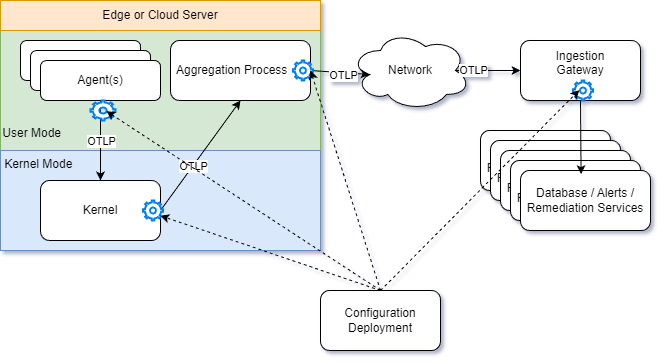
Above: docs/orig_media/Architecture.Boxes.Full.DynamicTelemetry.drawio.png in microsoft/DynamicTelemetry (draw.io), before the change. Source tidied: cells renumbered, new cells last; positions are measured from the earlier drawing's top-left corner, leaving out a move shared by most shapes.
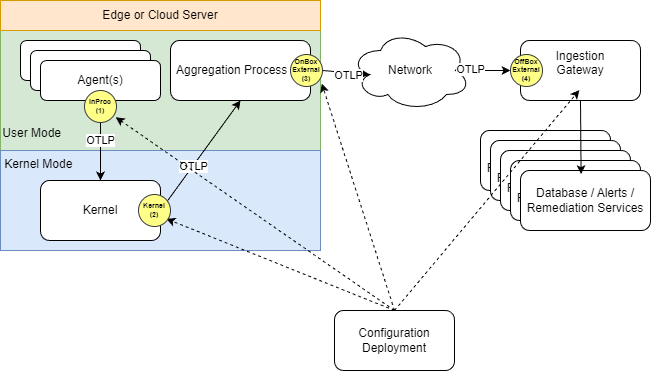
Above is the later version.

Diff of the diagram source:
```diff
@@ -1,65 +1,65 @@
 <mxGraphModel>
   <root>
-    <mxCell id="0" />
-    <mxCell id="1" parent="0" />
+    <mxCell id="38" />
+    <mxCell id="39" parent="38" />
-    <mxCell id="2" value="&lt;div&gt;&lt;span style=&quot;background-color: transparent; color: light-dark(rgb(0, 0, 0), rgb(255, 255, 255));&quot;&gt;&lt;br&gt;&lt;/span&gt;&lt;/div&gt;&lt;div&gt;&lt;span style=&quot;background-color: transparent; color: light-dark(rgb(0, 0, 0), rgb(255, 255, 255));&quot;&gt;&lt;br&gt;&lt;/span&gt;&lt;/div&gt;&lt;div&gt;&lt;span style=&quot;background-color: transparent; color: light-dark(rgb(0, 0, 0), rgb(255, 255, 255));&quot;&gt;&lt;br&gt;&lt;/span&gt;&lt;/div&gt;&lt;div&gt;&lt;span style=&quot;background-color: transparent; color: light-dark(rgb(0, 0, 0), rgb(255, 255, 255));&quot;&gt;&lt;br&gt;&lt;/span&gt;&lt;/div&gt;&lt;div&gt;&lt;span style=&quot;background-color: transparent; color: light-dark(rgb(0, 0, 0), rgb(255, 255, 255));&quot;&gt;&lt;br&gt;&lt;/span&gt;&lt;/div&gt;&lt;div&gt;&lt;span style=&quot;background-color: transparent; color: light-dark(rgb(0, 0, 0), rgb(255, 255, 255));&quot;&gt;&lt;br&gt;&lt;/span&gt;&lt;/div&gt;&lt;div&gt;&lt;span style=&quot;background-color: transparent; color: light-dark(rgb(0, 0, 0), rgb(255, 255, 255));&quot;&gt;&lt;br&gt;&lt;/span&gt;&lt;/div&gt;&lt;div&gt;&lt;span style=&quot;background-color: transparent; color: light-dark(rgb(0, 0, 0), rgb(255, 255, 255));&quot;&gt;&lt;br&gt;&lt;/span&gt;&lt;/div&gt;&lt;div&gt;&lt;span style=&quot;background-color: transparent; color: light-dark(rgb(0, 0, 0), rgb(255, 255, 255));&quot;&gt;User Mode&amp;nbsp; &amp;nbsp; &amp;nbsp; &amp;nbsp; &amp;nbsp; &amp;nbsp; &amp;nbsp; &amp;nbsp; &amp;nbsp; &amp;nbsp; &amp;nbsp; &amp;nbsp; &amp;nbsp; &amp;nbsp; &amp;nbsp; &amp;nbsp; &amp;nbsp; &amp;nbsp; &amp;nbsp; &amp;nbsp; &amp;nbsp; &amp;nbsp; &amp;nbsp; &amp;nbsp; &amp;nbsp; &amp;nbsp; &amp;nbsp; &amp;nbsp; &amp;nbsp; &amp;nbsp; &amp;nbsp; &amp;nbsp; &amp;nbsp; &amp;nbsp; &amp;nbsp; &amp;nbsp; &amp;nbsp; &amp;nbsp; &amp;nbsp; &amp;nbsp; &amp;nbsp;&lt;/span&gt;&lt;br&gt;&lt;/div&gt;&lt;div&gt;&lt;br&gt;&lt;/div&gt;" style="rounded=0;whiteSpace=wrap;html=1;fillColor=#d5e8d4;strokeColor=#82b366;" parent="1" vertex="1">
+    <mxCell id="2" value="&lt;div&gt;&lt;span style=&quot;background-color: transparent; color: light-dark(rgb(0, 0, 0), rgb(255, 255, 255));&quot;&gt;&lt;br&gt;&lt;/span&gt;&lt;/div&gt;&lt;div&gt;&lt;span style=&quot;background-color: transparent; color: light-dark(rgb(0, 0, 0), rgb(255, 255, 255));&quot;&gt;&lt;br&gt;&lt;/span&gt;&lt;/div&gt;&lt;div&gt;&lt;span style=&quot;background-color: transparent; color: light-dark(rgb(0, 0, 0), rgb(255, 255, 255));&quot;&gt;&lt;br&gt;&lt;/span&gt;&lt;/div&gt;&lt;div&gt;&lt;span style=&quot;background-color: transparent; color: light-dark(rgb(0, 0, 0), rgb(255, 255, 255));&quot;&gt;&lt;br&gt;&lt;/span&gt;&lt;/div&gt;&lt;div&gt;&lt;span style=&quot;background-color: transparent; color: light-dark(rgb(0, 0, 0), rgb(255, 255, 255));&quot;&gt;&lt;br&gt;&lt;/span&gt;&lt;/div&gt;&lt;div&gt;&lt;span style=&quot;background-color: transparent; color: light-dark(rgb(0, 0, 0), rgb(255, 255, 255));&quot;&gt;&lt;br&gt;&lt;/span&gt;&lt;/div&gt;&lt;div&gt;&lt;span style=&quot;background-color: transparent; color: light-dark(rgb(0, 0, 0), rgb(255, 255, 255));&quot;&gt;&lt;br&gt;&lt;/span&gt;&lt;/div&gt;&lt;div&gt;&lt;span style=&quot;background-color: transparent; color: light-dark(rgb(0, 0, 0), rgb(255, 255, 255));&quot;&gt;&lt;br&gt;&lt;/span&gt;&lt;/div&gt;&lt;div&gt;&lt;span style=&quot;background-color: transparent; color: light-dark(rgb(0, 0, 0), rgb(255, 255, 255));&quot;&gt;User Mode&amp;nbsp; &amp;nbsp; &amp;nbsp; &amp;nbsp; &amp;nbsp; &amp;nbsp; &amp;nbsp; &amp;nbsp; &amp;nbsp; &amp;nbsp; &amp;nbsp; &amp;nbsp; &amp;nbsp; &amp;nbsp; &amp;nbsp; &amp;nbsp; &amp;nbsp; &amp;nbsp; &amp;nbsp; &amp;nbsp; &amp;nbsp; &amp;nbsp; &amp;nbsp; &amp;nbsp; &amp;nbsp; &amp;nbsp; &amp;nbsp; &amp;nbsp; &amp;nbsp; &amp;nbsp; &amp;nbsp; &amp;nbsp; &amp;nbsp; &amp;nbsp; &amp;nbsp; &amp;nbsp; &amp;nbsp; &amp;nbsp; &amp;nbsp; &amp;nbsp; &amp;nbsp;&lt;/span&gt;&lt;br&gt;&lt;/div&gt;&lt;div&gt;&lt;br&gt;&lt;/div&gt;" style="rounded=0;whiteSpace=wrap;html=1;fillColor=#d5e8d4;strokeColor=#82b366;" parent="39" vertex="1">
       <mxGeometry y="30" width="320" height="120" as="geometry" />
     </mxCell>
-    <mxCell id="3" value="&lt;div&gt;&lt;span style=&quot;background-color: transparent; color: light-dark(rgb(0, 0, 0), rgb(255, 255, 255));&quot;&gt;Kernel Mode&amp;nbsp; &amp;nbsp; &amp;nbsp; &amp;nbsp; &amp;nbsp; &amp;nbsp; &amp;nbsp; &amp;nbsp; &amp;nbsp; &amp;nbsp; &amp;nbsp; &amp;nbsp; &amp;nbsp; &amp;nbsp; &amp;nbsp; &amp;nbsp; &amp;nbsp; &amp;nbsp; &amp;nbsp; &amp;nbsp; &amp;nbsp; &amp;nbsp; &amp;nbsp; &amp;nbsp; &amp;nbsp; &amp;nbsp; &amp;nbsp; &amp;nbsp; &amp;nbsp; &amp;nbsp; &amp;nbsp; &amp;nbsp; &amp;nbsp; &amp;nbsp; &amp;nbsp; &amp;nbsp; &amp;nbsp; &amp;nbsp; &amp;nbsp; &amp;nbsp; &amp;nbsp;&lt;/span&gt;&lt;/div&gt;&lt;div&gt;&lt;span style=&quot;background-color: transparent; color: light-dark(rgb(0, 0, 0), rgb(255, 255, 255));&quot;&gt;&lt;br&gt;&lt;/span&gt;&lt;/div&gt;&lt;div&gt;&lt;span style=&quot;background-color: transparent; color: light-dark(rgb(0, 0, 0), rgb(255, 255, 255));&quot;&gt;&lt;br&gt;&lt;/span&gt;&lt;/div&gt;&lt;div&gt;&lt;span style=&quot;background-color: transparent; color: light-dark(rgb(0, 0, 0), rgb(255, 255, 255));&quot;&gt;&lt;br&gt;&lt;/span&gt;&lt;/div&gt;&lt;div&gt;&lt;span style=&quot;background-color: transparent; color: light-dark(rgb(0, 0, 0), rgb(255, 255, 255));&quot;&gt;&lt;br&gt;&lt;/span&gt;&lt;/div&gt;" style="rounded=0;whiteSpace=wrap;html=1;fillColor=#dae8fc;strokeColor=#6c8ebf;" parent="1" vertex="1">
+    <mxCell id="3" value="&lt;div&gt;&lt;span style=&quot;background-color: transparent; color: light-dark(rgb(0, 0, 0), rgb(255, 255, 255));&quot;&gt;Kernel Mode&amp;nbsp; &amp;nbsp; &amp;nbsp; &amp;nbsp; &amp;nbsp; &amp;nbsp; &amp;nbsp; &amp;nbsp; &amp;nbsp; &amp;nbsp; &amp;nbsp; &amp;nbsp; &amp;nbsp; &amp;nbsp; &amp;nbsp; &amp;nbsp; &amp;nbsp; &amp;nbsp; &amp;nbsp; &amp;nbsp; &amp;nbsp; &amp;nbsp; &amp;nbsp; &amp;nbsp; &amp;nbsp; &amp;nbsp; &amp;nbsp; &amp;nbsp; &amp;nbsp; &amp;nbsp; &amp;nbsp; &amp;nbsp; &amp;nbsp; &amp;nbsp; &amp;nbsp; &amp;nbsp; &amp;nbsp; &amp;nbsp; &amp;nbsp; &amp;nbsp; &amp;nbsp;&lt;/span&gt;&lt;/div&gt;&lt;div&gt;&lt;span style=&quot;background-color: transparent; color: light-dark(rgb(0, 0, 0), rgb(255, 255, 255));&quot;&gt;&lt;br&gt;&lt;/span&gt;&lt;/div&gt;&lt;div&gt;&lt;span style=&quot;background-color: transparent; color: light-dark(rgb(0, 0, 0), rgb(255, 255, 255));&quot;&gt;&lt;br&gt;&lt;/span&gt;&lt;/div&gt;&lt;div&gt;&lt;span style=&quot;background-color: transparent; color: light-dark(rgb(0, 0, 0), rgb(255, 255, 255));&quot;&gt;&lt;br&gt;&lt;/span&gt;&lt;/div&gt;&lt;div&gt;&lt;span style=&quot;background-color: transparent; color: light-dark(rgb(0, 0, 0), rgb(255, 255, 255));&quot;&gt;&lt;br&gt;&lt;/span&gt;&lt;/div&gt;" style="rounded=0;whiteSpace=wrap;html=1;fillColor=#dae8fc;strokeColor=#6c8ebf;" parent="39" vertex="1">
       <mxGeometry y="150" width="320" height="100" as="geometry" />
     </mxCell>
-    <mxCell id="4" value="Kernel" style="rounded=1;whiteSpace=wrap;html=1;" parent="1" vertex="1">
+    <mxCell id="4" value="Kernel" style="rounded=1;whiteSpace=wrap;html=1;" parent="39" vertex="1">
       <mxGeometry x="40" y="180" width="120" height="60" as="geometry" />
     </mxCell>
-    <mxCell id="5" value="Aggregation Process&amp;nbsp; &amp;nbsp; &amp;nbsp;" style="rounded=1;whiteSpace=wrap;html=1;" parent="1" vertex="1">
+    <mxCell id="5" value="Aggregation Process&amp;nbsp; &amp;nbsp; &amp;nbsp;" style="rounded=1;whiteSpace=wrap;html=1;" parent="39" vertex="1">
       <mxGeometry x="170" y="40" width="140" height="60" as="geometry" />
     </mxCell>
-    <mxCell id="6" style="endArrow=classic;html=1;rounded=0;exitX=1;exitY=0.5;exitDx=0;exitDy=0;entryX=0.5;entryY=1;entryDx=0;entryDy=0;" parent="1" edge="1" source="4" target="5">
+    <mxCell id="6" style="endArrow=classic;html=1;rounded=0;exitX=1;exitY=0.5;exitDx=0;exitDy=0;entryX=0.5;entryY=1;entryDx=0;entryDy=0;" parent="39" edge="1" source="4" target="5">
       <mxGeometry relative="1" as="geometry" />
     </mxCell>
-    <mxCell id="7" value="OTLP" style="edgeLabel;html=1;align=center;verticalAlign=middle;" parent="6" vertex="1">
-      <mxGeometry x="-0.19" relative="1" as="geometry" />
-    </mxCell>
+    <mxCell id="40" value="OTLP" style="edgeLabel;html=1;align=center;verticalAlign=middle;" parent="6" vertex="1">
+      <mxGeometry x="-0.19" relative="1" as="geometry" />
+    </mxCell>
-    <mxCell id="8" style="endArrow=classic;html=1;rounded=0;exitX=0.5;exitY=1;exitDx=0;exitDy=0;entryX=0.5;entryY=0;entryDx=0;entryDy=0;" parent="1" edge="1" source="20" target="4">
+    <mxCell id="8" style="endArrow=classic;html=1;rounded=0;exitX=0.5;exitY=1;exitDx=0;exitDy=0;entryX=0.5;entryY=0;entryDx=0;entryDy=0;" parent="39" edge="1" source="20" target="4">
       <mxGeometry relative="1" as="geometry" />
     </mxCell>
-    <mxCell id="9" value="OTLP" style="edgeLabel;html=1;align=center;verticalAlign=middle;" parent="8" vertex="1">
-      <mxGeometry relative="1" as="geometry" />
-    </mxCell>
+    <mxCell id="41" value="OTLP" style="edgeLabel;html=1;align=center;verticalAlign=middle;" parent="8" vertex="1">
+      <mxGeometry relative="1" as="geometry" />
+    </mxCell>
-    <mxCell id="10" value="Network" style="ellipse;shape=cloud;whiteSpace=wrap;html=1;" parent="1" vertex="1">
+    <mxCell id="10" value="Network" style="ellipse;shape=cloud;whiteSpace=wrap;html=1;" parent="39" vertex="1">
       <mxGeometry x="350" y="30" width="120" height="80" as="geometry" />
     </mxCell>
-    <mxCell id="11" style="endArrow=classic;html=1;rounded=0;entryX=0.16;entryY=0.55;entryDx=0;entryDy=0;entryPerimeter=0;exitX=1;exitY=0.5;exitDx=0;exitDy=0;" parent="1" edge="1" source="5" target="10">
-      <mxGeometry relative="1" as="geometry" />
-    </mxCell>
-    <mxCell id="12" value="OTLP" style="edgeLabel;html=1;align=center;verticalAlign=middle;" parent="11" vertex="1">
-      <mxGeometry x="0.08" y="-2" relative="1" as="geometry" />
-    </mxCell>
-    <mxCell id="13" style="endArrow=classic;html=1;rounded=0;exitX=0.875;exitY=0.5;exitDx=0;exitDy=0;exitPerimeter=0;entryX=0;entryY=0.5;entryDx=0;entryDy=0;" parent="1" edge="1" source="10" target="15">
-      <mxGeometry relative="1" as="geometry" />
-    </mxCell>
-    <mxCell id="14" value="OTLP" style="edgeLabel;html=1;align=center;verticalAlign=middle;" parent="13" vertex="1">
-      <mxGeometry x="-0.45" y="1" relative="1" as="geometry" />
-    </mxCell>
+    <mxCell id="42" style="endArrow=classic;html=1;rounded=0;entryX=0.16;entryY=0.55;entryDx=0;entryDy=0;entryPerimeter=0;exitX=1;exitY=0.5;exitDx=0;exitDy=0;" parent="39" edge="1" source="55" target="10">
+      <mxGeometry relative="1" as="geometry" />
+    </mxCell>
+    <mxCell id="43" value="OTLP" style="edgeLabel;html=1;align=center;verticalAlign=middle;" parent="42" vertex="1">
+      <mxGeometry x="0.08" y="-2" relative="1" as="geometry" />
+    </mxCell>
+    <mxCell id="44" style="endArrow=classic;html=1;rounded=0;exitX=0.875;exitY=0.5;exitDx=0;exitDy=0;exitPerimeter=0;entryX=0;entryY=0.5;entryDx=0;entryDy=0;" parent="39" edge="1" source="58" target="15">
+      <mxGeometry relative="1" as="geometry" />
+    </mxCell>
-    <mxCell id="15" value="Ingestion&lt;div&gt;Gateway&lt;/div&gt;&lt;div&gt;&lt;br&gt;&lt;/div&gt;" style="rounded=1;whiteSpace=wrap;html=1;" parent="1" vertex="1">
+    <mxCell id="15" value="Ingestion&lt;div&gt;Gateway&lt;/div&gt;&lt;div&gt;&lt;br&gt;&lt;/div&gt;" style="rounded=1;whiteSpace=wrap;html=1;" parent="39" vertex="1">
       <mxGeometry x="520" y="40" width="120" height="60" as="geometry" />
     </mxCell>
-    <mxCell id="16" value="Edge or Cloud Server" style="rounded=0;whiteSpace=wrap;html=1;fillColor=#ffe6cc;strokeColor=#d79b00;" parent="1" vertex="1">
+    <mxCell id="16" value="Edge or Cloud Server" style="rounded=0;whiteSpace=wrap;html=1;fillColor=#ffe6cc;strokeColor=#d79b00;" parent="39" vertex="1">
       <mxGeometry width="320" height="30" as="geometry" />
     </mxCell>
-    <mxCell id="17" style="group;" parent="1" vertex="1">
-      <mxGeometry x="20" y="40" width="140" height="60" as="geometry" />
-    </mxCell>
+    <mxCell id="45" style="group;" parent="39" vertex="1">
+      <mxGeometry x="20" y="40" width="140" height="82" as="geometry" />
+    </mxCell>
-    <mxCell id="18" value="Agent" style="rounded=1;whiteSpace=wrap;html=1;fontSize=12;glass=0;strokeWidth=1;shadow=0;" parent="17" vertex="1">
+    <mxCell id="18" value="Agent" style="rounded=1;whiteSpace=wrap;html=1;fontSize=12;glass=0;strokeWidth=1;shadow=0;" parent="45" vertex="1">
       <mxGeometry width="120" height="40" as="geometry" />
     </mxCell>
-    <mxCell id="19" value="Agent" style="rounded=1;whiteSpace=wrap;html=1;fontSize=12;glass=0;strokeWidth=1;shadow=0;" parent="17" vertex="1">
+    <mxCell id="19" value="Agent" style="rounded=1;whiteSpace=wrap;html=1;fontSize=12;glass=0;strokeWidth=1;shadow=0;" parent="45" vertex="1">
       <mxGeometry x="10" y="10" width="120" height="40" as="geometry" />
     </mxCell>
-    <mxCell id="20" value="Agent(s)" style="rounded=1;whiteSpace=wrap;html=1;fontSize=12;glass=0;strokeWidth=1;shadow=0;" parent="17" vertex="1">
+    <mxCell id="20" value="Agent(s)" style="rounded=1;whiteSpace=wrap;html=1;fontSize=12;glass=0;strokeWidth=1;shadow=0;" parent="45" vertex="1">
       <mxGeometry x="20" y="20" width="120" height="40" as="geometry" />
     </mxCell>
+    <mxCell id="46" value="InProc&lt;div&gt;(1)&lt;/div&gt;" style="ellipse;whiteSpace=wrap;html=1;fontSize=7;labelBackgroundColor=none;fillColor=#ffff88;strokeColor=#36393d;fontStyle=1;" parent="45" vertex="1">
+      <mxGeometry x="64" y="50" width="32" height="32" as="geometry" />
+    </mxCell>
-    <mxCell id="21" style="group;" parent="1" vertex="1">
+    <mxCell id="21" style="group;" parent="39" vertex="1">
       <mxGeometry x="480" y="130" width="170" height="100" as="geometry" />
     </mxCell>
     <mxCell id="22" value="Database / Alerts / Remediation Services" style="rounded=1;whiteSpace=wrap;html=1;" parent="21" vertex="1">
@@ -77,38 +77,51 @@
     <mxCell id="26" value="Database / Alerts / Remediation Services" style="rounded=1;whiteSpace=wrap;html=1;" parent="21" vertex="1">
       <mxGeometry x="40" y="40" width="130" height="60" as="geometry" />
     </mxCell>
-    <mxCell id="27" style="endArrow=classic;html=1;rounded=0;exitX=0.5;exitY=1;exitDx=0;exitDy=0;entryX=0.466;entryY=0.061;entryDx=0;entryDy=0;entryPerimeter=0;" parent="1" edge="1" source="15" target="26">
+    <mxCell id="27" style="endArrow=classic;html=1;rounded=0;exitX=0.5;exitY=1;exitDx=0;exitDy=0;entryX=0.466;entryY=0.061;entryDx=0;entryDy=0;entryPerimeter=0;" parent="39" edge="1" source="15" target="26">
       <mxGeometry relative="1" as="geometry" />
     </mxCell>
-    <mxCell id="28" style="group;" parent="1" vertex="1">
-      <mxGeometry x="90" y="60" width="502.5" height="160" as="geometry" />
-    </mxCell>
-    <mxCell id="29" style="html=1;verticalLabelPosition=bottom;align=center;labelBackgroundColor=#ffffff;verticalAlign=top;strokeWidth=2;strokeColor=#0080F0;shadow=0;dashed=0;shape=mxgraph.ios7.icons.settings;" parent="28" vertex="1">
-      <mxGeometry y="40" width="25" height="20" as="geometry" />
-    </mxCell>
-    <mxCell id="30" style="html=1;verticalLabelPosition=bottom;align=center;labelBackgroundColor=#ffffff;verticalAlign=top;strokeWidth=2;strokeColor=#0080F0;shadow=0;dashed=0;shape=mxgraph.ios7.icons.settings;" parent="28" vertex="1">
-      <mxGeometry x="52.5" y="140" width="20" height="20" as="geometry" />
-    </mxCell>
-    <mxCell id="31" style="html=1;verticalLabelPosition=bottom;align=center;labelBackgroundColor=#ffffff;verticalAlign=top;strokeWidth=2;strokeColor=#0080F0;shadow=0;dashed=0;shape=mxgraph.ios7.icons.settings;" parent="28" vertex="1">
-      <mxGeometry x="202.5" width="20" height="20" as="geometry" />
-    </mxCell>
-    <mxCell id="32" style="html=1;verticalLabelPosition=bottom;align=center;labelBackgroundColor=#ffffff;verticalAlign=top;strokeWidth=2;strokeColor=#0080F0;shadow=0;dashed=0;shape=mxgraph.ios7.icons.settings;" parent="28" vertex="1">
-      <mxGeometry x="482.5" y="20" width="20" height="20" as="geometry" />
-    </mxCell>
-    <mxCell id="33" value="Configuration&lt;br&gt;Deployment" style="rounded=1;whiteSpace=wrap;html=1;" parent="1" vertex="1">
-      <mxGeometry x="320" y="290" width="120" height="60" as="geometry" />
+    <mxCell id="33" value="Configuration&lt;br&gt;Deployment" style="rounded=1;whiteSpace=wrap;html=1;" parent="39" vertex="1">
+      <mxGeometry x="334" y="310" width="120" height="60" as="geometry" />
     </mxCell>
-    <mxCell id="34" style="endArrow=classic;html=1;rounded=0;exitX=0.5;exitY=0;exitDx=0;exitDy=0;entryX=0.871;entryY=0.76;entryDx=0;entryDy=0;entryPerimeter=0;dashed=1;" parent="1" edge="1" source="33" target="30">
-      <mxGeometry relative="1" as="geometry" />
-    </mxCell>
-    <mxCell id="35" style="endArrow=classic;html=1;rounded=0;exitX=0.5;exitY=0;exitDx=0;exitDy=0;entryX=0.635;entryY=0.532;entryDx=0;entryDy=0;entryPerimeter=0;dashed=1;" parent="1" edge="1" source="33" target="29">
-      <mxGeometry relative="1" as="geometry" />
-    </mxCell>
-    <mxCell id="36" style="endArrow=classic;html=1;rounded=0;exitX=0.5;exitY=0;exitDx=0;exitDy=0;entryX=1;entryY=0.5;entryDx=0;entryDy=0;dashed=1;" parent="1" edge="1" source="33" target="5">
-      <mxGeometry relative="1" as="geometry" />
-    </mxCell>
-    <mxCell id="37" style="endArrow=classic;html=1;rounded=0;entryX=0.318;entryY=0.479;entryDx=0;entryDy=0;entryPerimeter=0;exitX=0.5;exitY=0;exitDx=0;exitDy=0;dashed=1;" parent="1" edge="1" source="33" target="32">
-      <mxGeometry relative="1" as="geometry" />
-    </mxCell>
+    <mxCell id="47" style="endArrow=classic;html=1;rounded=0;exitX=0.5;exitY=0;exitDx=0;exitDy=0;entryX=0.871;entryY=0.76;entryDx=0;entryDy=0;entryPerimeter=0;dashed=1;" parent="39" edge="1" source="52">
+      <mxGeometry relative="1" as="geometry">
+        <mxPoint x="159.9" y="215.2" as="targetPoint" />
+      </mxGeometry>
+    </mxCell>
+    <mxCell id="48" style="endArrow=classic;html=1;rounded=0;exitX=0.5;exitY=0;exitDx=0;exitDy=0;entryX=0.976;entryY=0.835;entryDx=0;entryDy=0;entryPerimeter=0;dashed=1;" parent="39" edge="1" source="33" target="46">
+      <mxGeometry relative="1" as="geometry" />
+    </mxCell>
+    <mxCell id="49" style="endArrow=classic;html=1;rounded=0;exitX=0.5;exitY=0;exitDx=0;exitDy=0;entryX=1;entryY=0.5;entryDx=0;entryDy=0;dashed=1;" parent="39" edge="1" source="55" target="5">
+      <mxGeometry relative="1" as="geometry" />
+    </mxCell>
+    <mxCell id="50" style="endArrow=classic;html=1;rounded=0;entryX=0.318;entryY=0.479;entryDx=0;entryDy=0;entryPerimeter=0;exitX=0.5;exitY=0;exitDx=0;exitDy=0;dashed=1;" parent="39" edge="1" source="33">
+      <mxGeometry relative="1" as="geometry">
+        <mxPoint x="578.9" y="89.6" as="targetPoint" />
+      </mxGeometry>
+    </mxCell>
+    <mxCell id="51" style="endArrow=classic;html=1;rounded=0;exitX=0.5;exitY=0;exitDx=0;exitDy=0;entryX=0.871;entryY=0.76;entryDx=0;entryDy=0;entryPerimeter=0;dashed=1;" parent="39" edge="1" source="33" target="52">
+      <mxGeometry relative="1" as="geometry" />
+    </mxCell>
+    <mxCell id="52" value="Kernel&lt;div&gt;(2)&lt;/div&gt;" style="ellipse;whiteSpace=wrap;html=1;fontSize=7;labelBackgroundColor=none;fillColor=#ffff88;strokeColor=#36393d;fontStyle=1;" parent="39" vertex="1">
+      <mxGeometry x="138" y="194" width="32" height="32" as="geometry" />
+    </mxCell>
+    <mxCell id="53" style="endArrow=classic;html=1;rounded=0;entryX=0.16;entryY=0.55;entryDx=0;entryDy=0;entryPerimeter=0;exitX=1;exitY=0.5;exitDx=0;exitDy=0;" parent="39" edge="1" source="5" target="55">
+      <mxGeometry relative="1" as="geometry" />
+    </mxCell>
+    <mxCell id="54" style="endArrow=classic;html=1;rounded=0;exitX=0.5;exitY=0;exitDx=0;exitDy=0;entryX=1.004;entryY=0.442;entryDx=0;entryDy=0;dashed=1;entryPerimeter=0;" parent="39" edge="1" source="33" target="2">
+      <mxGeometry relative="1" as="geometry" />
+    </mxCell>
+    <mxCell id="55" value="&lt;font&gt;OnBox&lt;/font&gt;&lt;div&gt;&lt;font&gt;External&lt;/font&gt;&lt;div&gt;&lt;font&gt;(3)&lt;/font&gt;&lt;/div&gt;&lt;/div&gt;" style="ellipse;whiteSpace=wrap;html=1;fontSize=7;labelBackgroundColor=none;fillColor=#ffff88;strokeColor=#36393d;fontStyle=1;" parent="39" vertex="1">
+      <mxGeometry x="290" y="54" width="32" height="32" as="geometry" />
+    </mxCell>
+    <mxCell id="56" style="endArrow=classic;html=1;rounded=0;exitX=0.875;exitY=0.5;exitDx=0;exitDy=0;exitPerimeter=0;entryX=0;entryY=0.5;entryDx=0;entryDy=0;" parent="39" edge="1" source="10" target="58">
+      <mxGeometry relative="1" as="geometry" />
+    </mxCell>
+    <mxCell id="57" value="OTLP" style="edgeLabel;html=1;align=center;verticalAlign=middle;" parent="56" vertex="1">
+      <mxGeometry x="-0.45" y="1" relative="1" as="geometry" />
+    </mxCell>
+    <mxCell id="58" value="&lt;font&gt;OffBox&lt;/font&gt;&lt;div&gt;&lt;font&gt;External&lt;/font&gt;&lt;div&gt;&lt;font&gt;(4&lt;/font&gt;&lt;span style=&quot;color: light-dark(rgb(0, 0, 0), rgb(255, 255, 255));&quot;&gt;)&lt;/span&gt;&lt;/div&gt;&lt;/div&gt;" style="ellipse;whiteSpace=wrap;html=1;fontSize=7;labelBackgroundColor=none;fillColor=#ffff88;strokeColor=#36393d;fontStyle=1;" parent="39" vertex="1">
+      <mxGeometry x="510" y="54" width="32" height="32" as="geometry" />
+    </mxCell>
   </root>
 </mxGraphModel>
```
